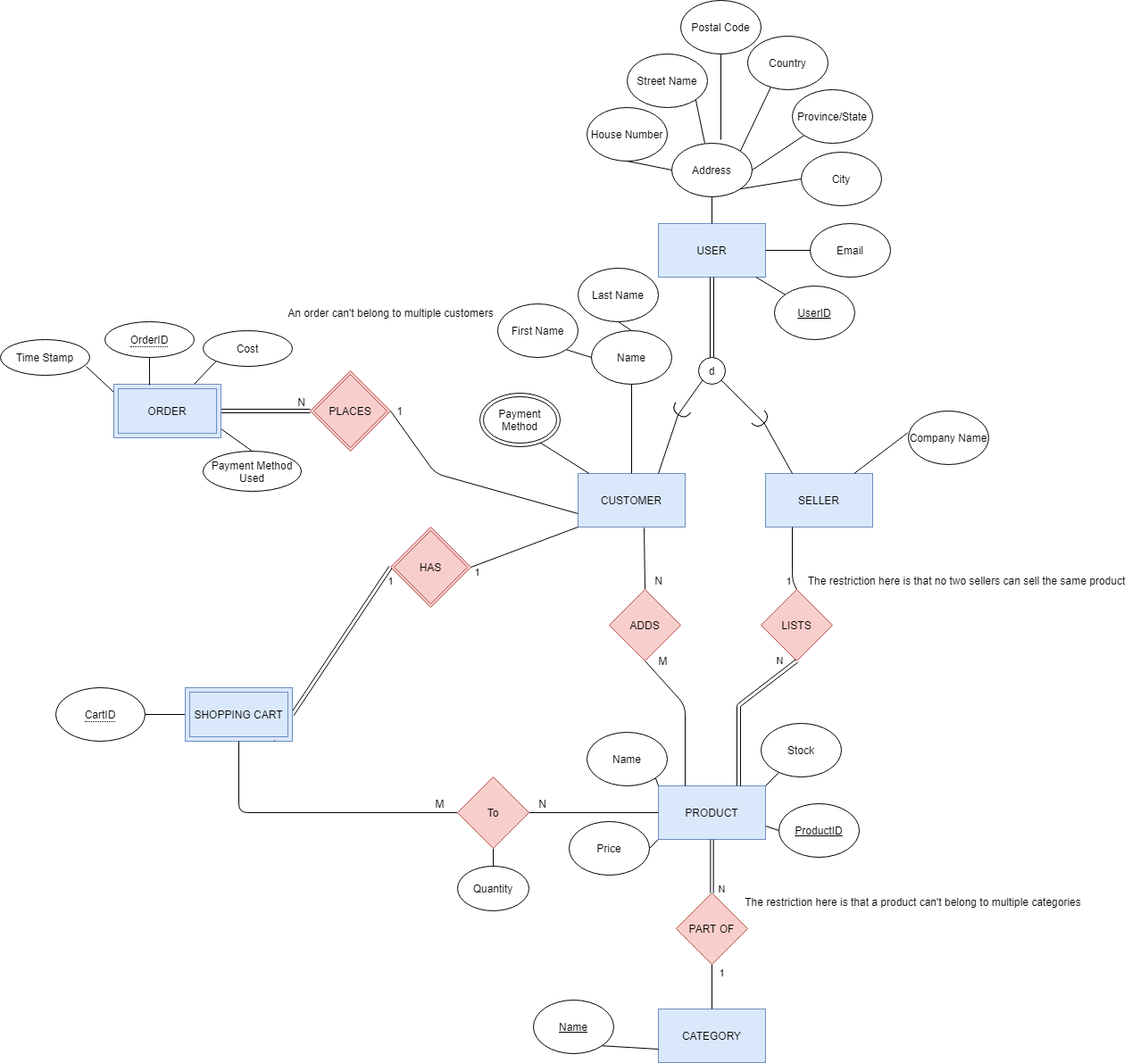
This is Phase1_EER.png from GrocerEase-354/GrocerEase, a draw.io export, as it was before one commit. Source tidied: cells renumbered, new cells last; positions are measured from the earlier drawing's top-left corner, leaving out a move shared by most shapes.
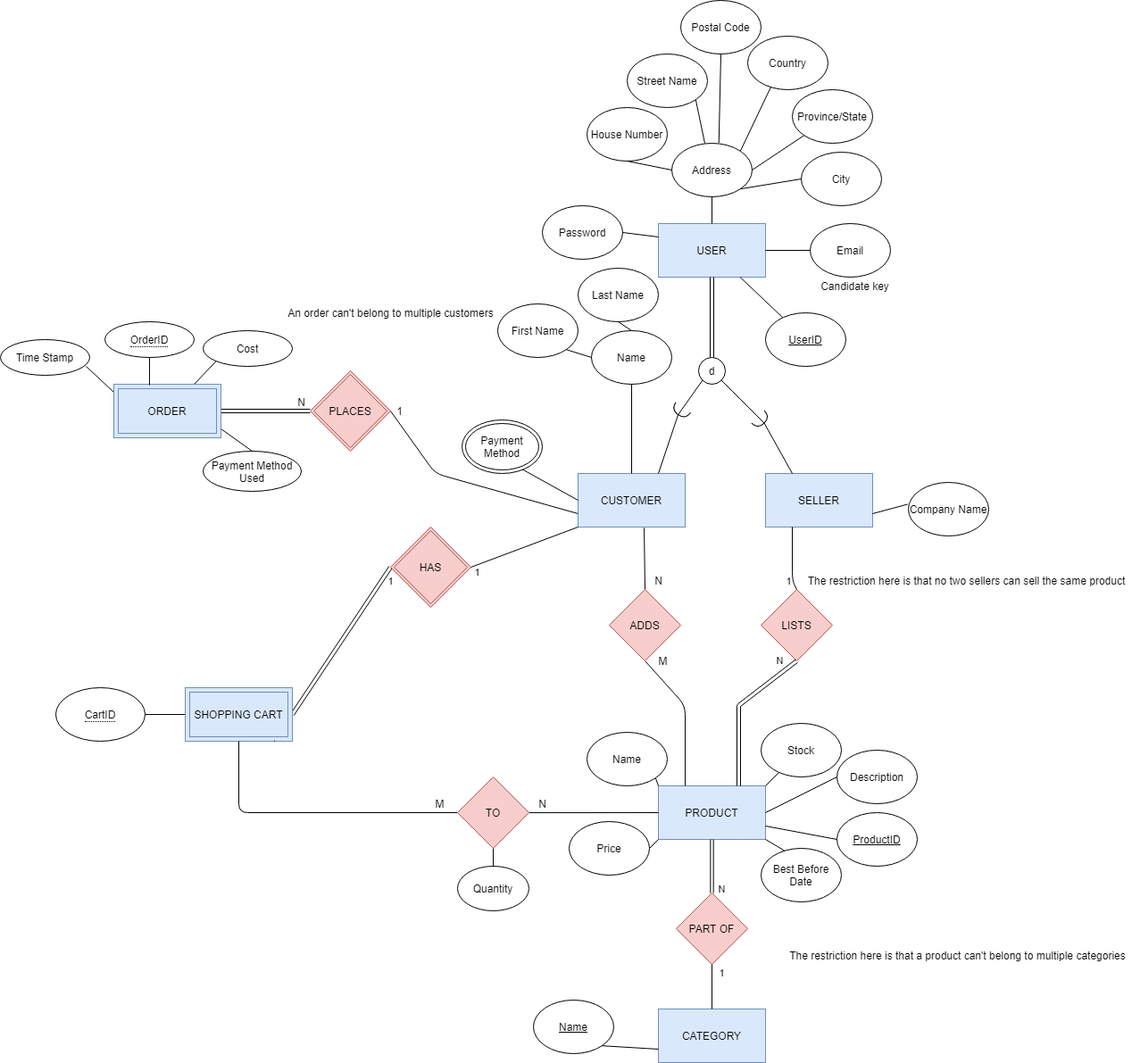
Later version of the same file.

The edit, as a diff of the source:
```diff
@@ -158,7 +158,7 @@
     <mxCell id="47" style="endArrow=none;html=1;entryX=1;entryY=1;entryDx=0;entryDy=0;exitX=0.411;exitY=0;exitDx=0;exitDy=0;exitPerimeter=0;" parent="1" edge="1" source="40" target="41">
       <mxGeometry relative="1" as="geometry" />
     </mxCell>
-    <mxCell id="48" style="endArrow=none;html=1;entryX=0.5;entryY=1;entryDx=0;entryDy=0;exitX=0.611;exitY=-0.067;exitDx=0;exitDy=0;exitPerimeter=0;" parent="1" edge="1" source="40" target="42">
+    <mxCell id="48" style="endArrow=none;html=1;entryX=0.5;entryY=1;entryDx=0;entryDy=0;exitX=0.586;exitY=-0.008;exitDx=0;exitDy=0;exitPerimeter=0;" parent="1" edge="1" source="40" target="42">
       <mxGeometry relative="1" as="geometry" />
     </mxCell>
     <mxCell id="49" style="endArrow=none;html=1;entryX=0.289;entryY=0.95;entryDx=0;entryDy=0;exitX=1;exitY=0;exitDx=0;exitDy=0;entryPerimeter=0;" parent="1" edge="1" source="40" target="43">
@@ -170,26 +170,26 @@
     <mxCell id="51" style="endArrow=none;html=1;entryX=0;entryY=0.5;entryDx=0;entryDy=0;exitX=1;exitY=1;exitDx=0;exitDy=0;" parent="1" edge="1" source="40" target="45">
       <mxGeometry relative="1" as="geometry" />
     </mxCell>
-    <mxCell id="52" style="endArrow=none;html=1;entryX=0.744;entryY=0.917;entryDx=0;entryDy=0;entryPerimeter=0;" parent="1" edge="1" source="6" target="53">
+    <mxCell id="52" style="endArrow=none;html=1;entryX=0.744;entryY=0.917;entryDx=0;entryDy=0;exitX=0;exitY=0.5;exitDx=0;exitDy=0;entryPerimeter=0;" parent="1" edge="1" source="6" target="53">
       <mxGeometry relative="1" as="geometry" />
     </mxCell>
     <mxCell id="53" value="&lt;span&gt;Payment Method&lt;/span&gt;" style="ellipse;shape=doubleEllipse;whiteSpace=wrap;html=1;" parent="1" vertex="1">
-      <mxGeometry x="537" y="440" width="90" height="60" as="geometry" />
+      <mxGeometry x="517" y="470" width="90" height="60" as="geometry" />
     </mxCell>
     <mxCell id="54" style="endArrow=none;html=1;" parent="1" edge="1" source="99" target="2">
       <mxGeometry relative="1" as="geometry" />
     </mxCell>
     <mxCell id="55" value="Company Name" style="ellipse;whiteSpace=wrap;html=1;" parent="1" vertex="1">
-      <mxGeometry x="1017" y="460" width="90" height="60" as="geometry" />
+      <mxGeometry x="1017" y="540" width="90" height="60" as="geometry" />
     </mxCell>
-    <mxCell id="56" style="endArrow=none;html=1;exitX=-0.009;exitY=0.408;exitDx=0;exitDy=0;exitPerimeter=0;" parent="1" edge="1" source="55" target="5">
+    <mxCell id="56" style="endArrow=none;html=1;entryX=1;entryY=0.75;entryDx=0;entryDy=0;exitX=-0.009;exitY=0.408;exitDx=0;exitDy=0;exitPerimeter=0;" parent="1" edge="1" source="55" target="5">
       <mxGeometry relative="1" as="geometry" />
     </mxCell>
     <mxCell id="57" value="Name" style="ellipse;whiteSpace=wrap;html=1;" parent="1" vertex="1">
       <mxGeometry x="657" y="820" width="90" height="60" as="geometry" />
     </mxCell>
     <mxCell id="58" value="&lt;u&gt;ProductID&lt;/u&gt;" style="ellipse;whiteSpace=wrap;html=1;" parent="1" vertex="1">
-      <mxGeometry x="872" y="900" width="90" height="60" as="geometry" />
+      <mxGeometry x="937" y="910" width="90" height="60" as="geometry" />
     </mxCell>
     <mxCell id="59" value="Price" style="ellipse;whiteSpace=wrap;html=1;" parent="1" vertex="1">
       <mxGeometry x="637" y="920" width="90" height="60" as="geometry" />
@@ -280,7 +280,7 @@
       <mxGeometry x="897" y="640" width="370" height="20" as="geometry" />
     </mxCell>
     <mxCell id="83" value="The restriction here is that a product can't belong to multiple categories" style="text;html=1;align=center;verticalAlign=middle;" parent="1" vertex="1">
-      <mxGeometry x="827" y="1000" width="390" height="20" as="geometry" />
+      <mxGeometry x="877" y="1060" width="390" height="20" as="geometry" />
     </mxCell>
     <mxCell id="84" style="endArrow=none;html=1;rounded=0;entryX=0.5;entryY=1;entryDx=0;entryDy=0;" parent="1" edge="1">
       <mxGeometry relative="1" as="geometry">
@@ -288,10 +288,10 @@
         <mxPoint x="307" y="830" as="targetPoint" />
       </mxGeometry>
     </mxCell>
-    <mxCell id="85" style="endArrow=none;html=1;entryX=0;entryY=0.5;entryDx=0;entryDy=0;exitX=1;exitY=0.5;exitDx=0;exitDy=0;" parent="1" edge="1" source="100" target="3">
+    <mxCell id="85" style="endArrow=none;html=1;entryX=0;entryY=0.5;entryDx=0;entryDy=0;exitX=-0.25;exitY=1.005;exitDx=0;exitDy=0;exitPerimeter=0;" parent="1" edge="1" source="91" target="3">
       <mxGeometry relative="1" as="geometry" />
     </mxCell>
-    <mxCell id="86" style="endArrow=none;html=1;entryX=0;entryY=0.5;entryDx=0;entryDy=0;exitX=0.5;exitY=1;exitDx=0;exitDy=0;" parent="1" edge="1" source="80" target="100">
+    <mxCell id="86" style="endArrow=none;html=1;entryX=0;entryY=0.5;entryDx=0;entryDy=0;exitX=0.5;exitY=1;exitDx=0;exitDy=0;" parent="1" edge="1" source="80" target="101">
       <mxGeometry relative="1" as="geometry">
         <Array as="points">
           <mxPoint x="267" y="910" />
@@ -319,7 +319,7 @@
     <mxCell id="93" value="Quantity" style="ellipse;whiteSpace=wrap;html=1;" parent="1" vertex="1">
       <mxGeometry x="512" y="970" width="80" height="50" as="geometry" />
     </mxCell>
-    <mxCell id="94" style="endArrow=none;html=1;exitX=0.5;exitY=0;exitDx=0;exitDy=0;entryX=0.5;entryY=1;entryDx=0;entryDy=0;" parent="1" edge="1" source="93" target="100">
+    <mxCell id="94" style="endArrow=none;html=1;exitX=0.5;exitY=0;exitDx=0;exitDy=0;entryX=0.5;entryY=1;entryDx=0;entryDy=0;" parent="1" edge="1" source="93" target="101">
       <mxGeometry relative="1" as="geometry" />
     </mxCell>
     <mxCell id="95" value="N" style="text;html=1;align=center;verticalAlign=middle;" parent="1" vertex="1">
@@ -334,11 +334,34 @@
     <mxCell id="98" value="ADDS" style="rhombus;whiteSpace=wrap;html=1;fillColor=#f8cecc;strokeColor=#b85450;" parent="1" vertex="1">
       <mxGeometry x="682" y="660" width="80" height="80" as="geometry" />
     </mxCell>
+    <mxCell id="101" value="TO" style="rhombus;whiteSpace=wrap;html=1;fillColor=#f8cecc;strokeColor=#b85450;" parent="1" vertex="1">
+      <mxGeometry x="512" y="870" width="80" height="80" as="geometry" />
+    </mxCell>
+    <mxCell id="102" value="Candidate key" style="text;html=1;align=center;verticalAlign=middle;" parent="1" vertex="1">
+      <mxGeometry x="912" y="310" width="90" height="20" as="geometry" />
+    </mxCell>
+    <mxCell id="103" value="Description" style="ellipse;whiteSpace=wrap;html=1;" parent="1" vertex="1">
+      <mxGeometry x="937" y="840" width="90" height="60" as="geometry" />
+    </mxCell>
+    <mxCell id="104" style="endArrow=none;html=1;exitX=1;exitY=0.5;exitDx=0;exitDy=0;entryX=0;entryY=0.5;entryDx=0;entryDy=0;" parent="1" edge="1" source="3" target="103">
+      <mxGeometry relative="1" as="geometry" />
+    </mxCell>
+    <mxCell id="105" value="Best Before Date" style="ellipse;whiteSpace=wrap;html=1;" parent="1" vertex="1">
+      <mxGeometry x="852" y="950" width="90" height="60" as="geometry" />
+    </mxCell>
+    <mxCell id="106" style="endArrow=none;html=1;entryX=0.293;entryY=0.045;entryDx=0;entryDy=0;entryPerimeter=0;" parent="1" edge="1" target="105">
+      <mxGeometry relative="1" as="geometry">
+        <mxPoint x="857" y="940" as="sourcePoint" />
+      </mxGeometry>
+    </mxCell>
+    <mxCell id="107" value="Password" style="ellipse;whiteSpace=wrap;html=1;" parent="1" vertex="1">
+      <mxGeometry x="607" y="230" width="90" height="60" as="geometry" />
+    </mxCell>
+    <mxCell id="108" style="endArrow=none;html=1;entryX=0;entryY=0.25;entryDx=0;entryDy=0;exitX=1;exitY=0.5;exitDx=0;exitDy=0;" parent="1" edge="1" source="107" target="2">
+      <mxGeometry relative="1" as="geometry" />
+    </mxCell>
     <mxCell id="99" value="&lt;u&gt;UserID&lt;/u&gt;" style="ellipse;whiteSpace=wrap;html=1;" parent="1" vertex="1">
-      <mxGeometry x="867" y="320" width="90" height="60" as="geometry" />
+      <mxGeometry x="857" y="350" width="90" height="60" as="geometry" />
     </mxCell>
-    <mxCell id="100" value="To" style="rhombus;whiteSpace=wrap;html=1;fillColor=#f8cecc;strokeColor=#b85450;" parent="1" vertex="1">
-      <mxGeometry x="512" y="870" width="80" height="80" as="geometry" />
-    </mxCell>
   </root>
 </mxGraphModel>
```
